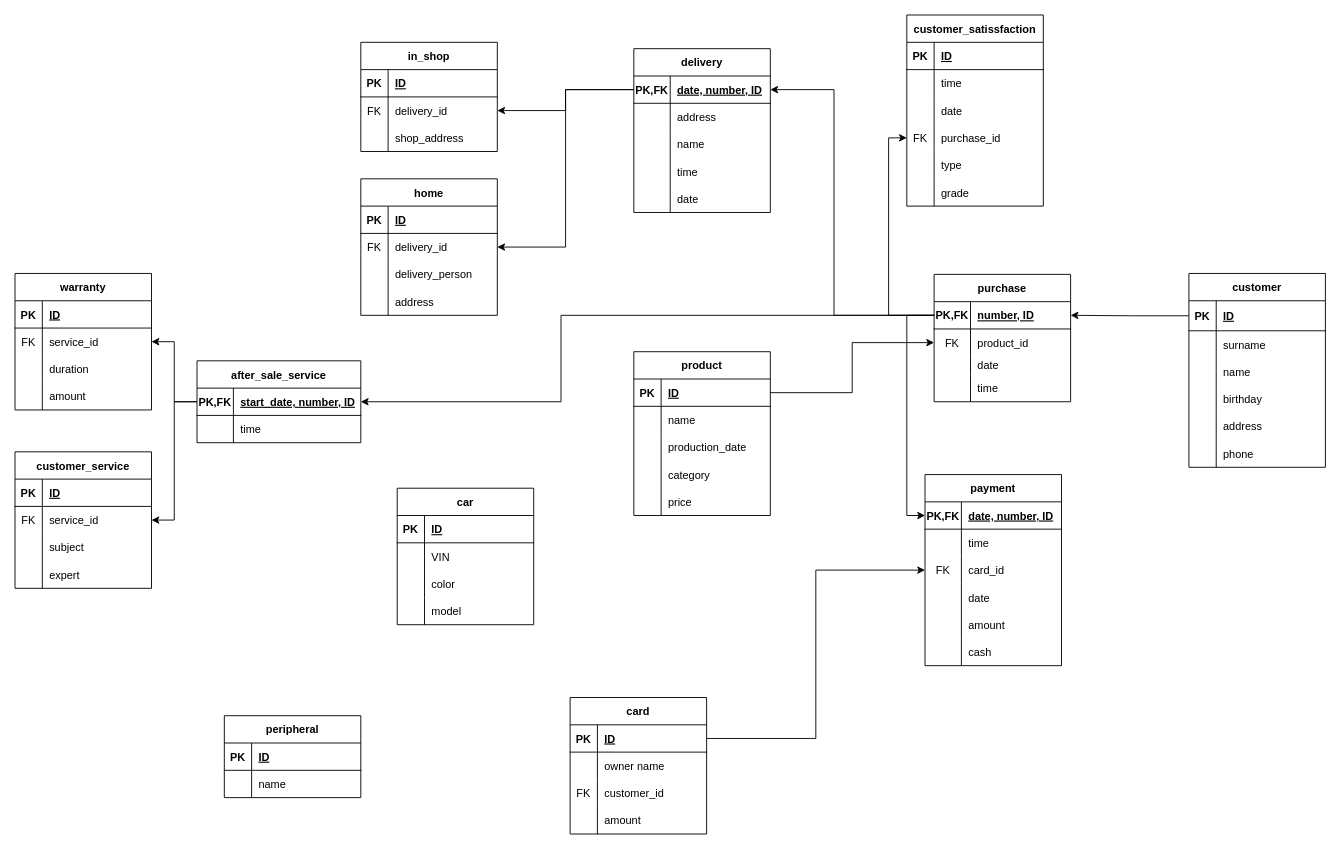
Earlier version of the draw.io diagram car_logical1.drawio (mohsenshahii/database). Source tidied: cells renumbered, new cells numbered last; positions are measured from the earlier drawing's top-left corner, leaving out a move shared by most shapes. Both pictures are drawn from the tidied source at 91%, with x=0, y=0 at pixel (15, 15).
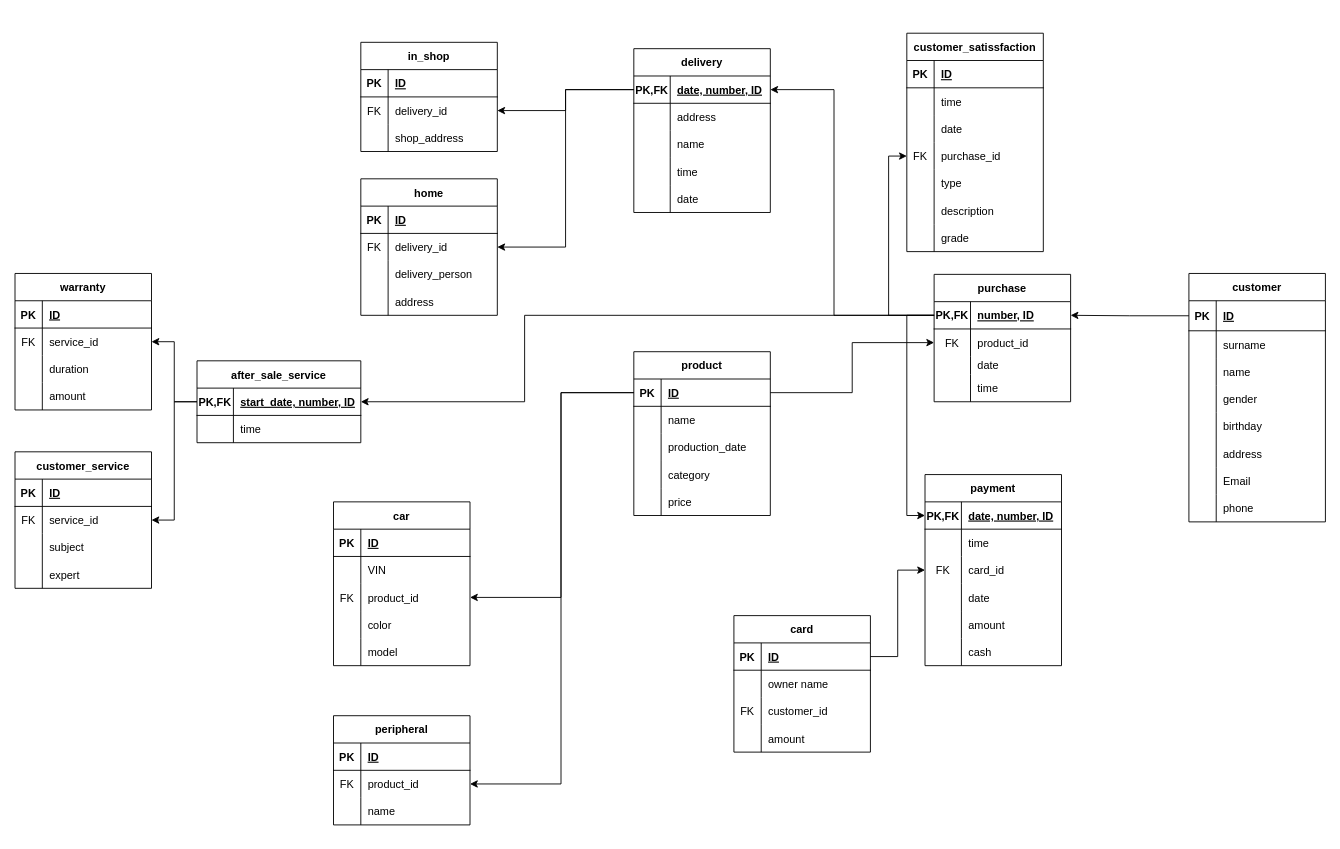
After the change.

Unchanged cells that the change refers to:
```xml
<mxCell id="41" style="shape=tableRow;horizontal=0;startSize=0;swimlaneHead=0;swimlaneBody=0;fillColor=none;points=[[0,0.5],[1,0.5]];portConstraint=eastwest;top=0;left=0;right=0;bottom=1;" parent="40" vertex="1">
  <mxGeometry y="30" width="150" height="30" as="geometry" />
</mxCell>
<mxCell id="132" style="shape=tableRow;horizontal=0;startSize=0;swimlaneHead=0;swimlaneBody=0;fillColor=none;points=[[0,0.5],[1,0.5]];portConstraint=eastwest;top=0;left=0;right=0;bottom=1;" parent="131" vertex="1">
  <mxGeometry y="30" width="180" height="30" as="geometry" />
</mxCell>
<mxCell id="152" style="shape=tableRow;horizontal=0;startSize=0;swimlaneHead=0;swimlaneBody=0;fillColor=none;points=[[0,0.5],[1,0.5]];portConstraint=eastwest;top=0;left=0;right=0;bottom=1;" parent="151" vertex="1">
  <mxGeometry y="30" width="150" height="30" as="geometry" />
</mxCell>
```

The edit, as a diff of the source:
```diff
@@
     <mxCell id="2" value="customer" style="shape=table;startSize=30;childLayout=tableLayout;rowLines=0;fontStyle=1;align=center;arcSize=21;" parent="1" vertex="1">
-      <mxGeometry x="1290" y="284" width="150" height="213" as="geometry" />
+      <mxGeometry x="1290" y="284" width="150" height="273" as="geometry" />
     </mxCell>
@@
+    <mxCell id="204" style="shape=tableRow;horizontal=0;startSize=0;swimlaneHead=0;swimlaneBody=0;fillColor=none;top=0;left=0;right=0;bottom=0;" parent="2" vertex="1">
+      <mxGeometry y="123" width="150" height="30" as="geometry" />
+    </mxCell>
+    <mxCell id="205" style="shape=partialRectangle;fillColor=none;top=0;left=0;bottom=0;right=0;overflow=hidden;" parent="204" vertex="1">
+      <mxGeometry width="30" height="30" as="geometry" />
+    </mxCell>
+    <mxCell id="206" value="gender" style="shape=partialRectangle;fillColor=none;top=0;left=0;bottom=0;right=0;align=left;spacingLeft=6;overflow=hidden;" parent="204" vertex="1">
+      <mxGeometry x="30" width="120" height="30" as="geometry" />
+    </mxCell>
     <mxCell id="12" style="shape=tableRow;horizontal=0;startSize=0;swimlaneHead=0;swimlaneBody=0;fillColor=none;top=0;left=0;right=0;bottom=0;" parent="2" vertex="1">
-      <mxGeometry y="123" width="150" height="30" as="geometry" />
+      <mxGeometry y="153" width="150" height="30" as="geometry" />
     </mxCell>
@@
     <mxCell id="15" style="shape=tableRow;horizontal=0;startSize=0;swimlaneHead=0;swimlaneBody=0;fillColor=none;top=0;left=0;right=0;bottom=0;" parent="2" vertex="1">
-      <mxGeometry y="153" width="150" height="30" as="geometry" />
+      <mxGeometry y="183" width="150" height="30" as="geometry" />
     </mxCell>
@@
+    <mxCell id="207" style="shape=tableRow;horizontal=0;startSize=0;swimlaneHead=0;swimlaneBody=0;fillColor=none;top=0;left=0;right=0;bottom=0;" parent="2" vertex="1">
+      <mxGeometry y="213" width="150" height="30" as="geometry" />
+    </mxCell>
+    <mxCell id="208" style="shape=partialRectangle;fillColor=none;top=0;left=0;bottom=0;right=0;overflow=hidden;" parent="207" vertex="1">
+      <mxGeometry width="30" height="30" as="geometry" />
+    </mxCell>
+    <mxCell id="209" value="Email" style="shape=partialRectangle;fillColor=none;top=0;left=0;bottom=0;right=0;align=left;spacingLeft=6;overflow=hidden;" parent="207" vertex="1">
+      <mxGeometry x="30" width="120" height="30" as="geometry" />
+    </mxCell>
     <mxCell id="18" style="shape=tableRow;horizontal=0;startSize=0;swimlaneHead=0;swimlaneBody=0;fillColor=none;top=0;left=0;right=0;bottom=0;" parent="2" vertex="1">
-      <mxGeometry y="183" width="150" height="30" as="geometry" />
+      <mxGeometry y="243" width="150" height="30" as="geometry" />
     </mxCell>
@@
     <mxCell id="21" value="customer_satissfaction" style="shape=table;startSize=30;childLayout=tableLayout;rowLines=0;fontStyle=1;align=center;" parent="1" vertex="1">
-      <mxGeometry x="980" width="150" height="210" as="geometry" />
+      <mxGeometry x="980" y="20" width="150" height="240" as="geometry" />
     </mxCell>
@@
+    <mxCell id="210" style="shape=tableRow;horizontal=0;startSize=0;swimlaneHead=0;swimlaneBody=0;fillColor=none;top=0;left=0;right=0;bottom=0;" parent="21" vertex="1">
+      <mxGeometry y="180" width="150" height="30" as="geometry" />
+    </mxCell>
+    <mxCell id="211" style="shape=partialRectangle;fillColor=none;top=0;left=0;bottom=0;right=0;overflow=hidden;" parent="210" vertex="1">
+      <mxGeometry width="30" height="30" as="geometry" />
+    </mxCell>
+    <mxCell id="212" value="description" style="shape=partialRectangle;fillColor=none;top=0;left=0;bottom=0;right=0;align=left;spacingLeft=6;overflow=hidden;" parent="210" vertex="1">
+      <mxGeometry x="30" width="120" height="30" as="geometry" />
+    </mxCell>
     <mxCell id="37" style="shape=tableRow;horizontal=0;startSize=0;swimlaneHead=0;swimlaneBody=0;fillColor=none;top=0;left=0;right=0;bottom=0;" parent="21" vertex="1">
-      <mxGeometry y="180" width="150" height="30" as="geometry" />
+      <mxGeometry y="210" width="150" height="30" as="geometry" />
     </mxCell>
@@
     <mxCell id="72" value="card" style="shape=table;startSize=30;childLayout=tableLayout;rowLines=0;fontStyle=1;align=center;" parent="1" vertex="1">
-      <mxGeometry x="610" y="750" width="150" height="150" as="geometry" />
+      <mxGeometry x="790" y="660" width="150" height="150" as="geometry" />
     </mxCell>
@@
     <mxCell id="124" value="peripheral" style="shape=table;startSize=30;childLayout=tableLayout;rowLines=0;fontStyle=1;align=center;" parent="1" vertex="1">
-      <mxGeometry x="230" y="770" width="150" height="90" as="geometry" />
+      <mxGeometry x="350" y="770" width="150" height="120" as="geometry" />
     </mxCell>
@@
+    <mxCell id="213" style="shape=tableRow;horizontal=0;startSize=0;swimlaneHead=0;swimlaneBody=0;fillColor=none;points=[[0,0.5],[1,0.5]];portConstraint=eastwest;top=0;left=0;right=0;bottom=0;" parent="124" vertex="1">
+      <mxGeometry y="60" width="150" height="30" as="geometry" />
+    </mxCell>
+    <mxCell id="214" value="FK" style="shape=partialRectangle;fillColor=none;top=0;left=0;bottom=0;right=0;fontStyle=0;overflow=hidden;" parent="213" vertex="1">
+      <mxGeometry width="30" height="30" as="geometry" />
+    </mxCell>
+    <mxCell id="215" value="product_id" style="shape=partialRectangle;fillColor=none;top=0;left=0;bottom=0;right=0;align=left;spacingLeft=6;fontStyle=0;overflow=hidden;" parent="213" vertex="1">
+      <mxGeometry x="30" width="120" height="30" as="geometry" />
+    </mxCell>
     <mxCell id="128" style="shape=tableRow;horizontal=0;startSize=0;swimlaneHead=0;swimlaneBody=0;fillColor=none;top=0;left=0;right=0;bottom=0;" parent="124" vertex="1">
-      <mxGeometry y="60" width="150" height="30" as="geometry" />
+      <mxGeometry y="90" width="150" height="30" as="geometry" />
     </mxCell>
@@
     <mxCell id="167" value="car" style="shape=table;startSize=30;childLayout=tableLayout;rowLines=0;fontStyle=1;align=center;" parent="1" vertex="1">
-      <mxGeometry x="420" y="520" width="150" height="150" as="geometry" />
+      <mxGeometry x="350" y="535" width="150" height="180" as="geometry" />
     </mxCell>
@@
+    <mxCell id="216" style="shape=tableRow;horizontal=0;startSize=0;swimlaneHead=0;swimlaneBody=0;fillColor=none;points=[[0,0.5],[1,0.5]];portConstraint=eastwest;top=0;left=0;right=0;bottom=0;" parent="167" vertex="1">
+      <mxGeometry y="90" width="150" height="30" as="geometry" />
+    </mxCell>
+    <mxCell id="217" value="FK" style="shape=partialRectangle;fillColor=none;top=0;left=0;bottom=0;right=0;fontStyle=0;overflow=hidden;" parent="216" vertex="1">
+      <mxGeometry width="30" height="30" as="geometry" />
+    </mxCell>
+    <mxCell id="218" value="product_id" style="shape=partialRectangle;fillColor=none;top=0;left=0;bottom=0;right=0;align=left;spacingLeft=6;fontStyle=0;overflow=hidden;" parent="216" vertex="1">
+      <mxGeometry x="30" width="120" height="30" as="geometry" />
+    </mxCell>
     <mxCell id="174" style="shape=tableRow;horizontal=0;startSize=0;swimlaneHead=0;swimlaneBody=0;fillColor=none;top=0;left=0;right=0;bottom=0;" parent="167" vertex="1">
-      <mxGeometry y="90" width="150" height="30" as="geometry" />
+      <mxGeometry y="120" width="150" height="30" as="geometry" />
     </mxCell>
@@
     <mxCell id="177" style="shape=tableRow;horizontal=0;startSize=0;swimlaneHead=0;swimlaneBody=0;fillColor=none;top=0;left=0;right=0;bottom=0;" parent="167" vertex="1">
-      <mxGeometry y="120" width="150" height="30" as="geometry" />
+      <mxGeometry y="150" width="150" height="30" as="geometry" />
     </mxCell>
@@
     <mxCell id="197" style="edgeStyle=orthogonalEdgeStyle;rounded=0;jettySize=auto;html=1;exitX=0;exitY=0.5;exitDx=0;exitDy=0;entryX=1;entryY=0.5;entryDx=0;entryDy=0;" parent="1" edge="1" source="41" target="132">
       <mxGeometry relative="1" as="geometry">
         <Array as="points">
-          <mxPoint x="600" y="330" />
+          <mxPoint x="560" y="330" />
+          <mxPoint x="560" y="425" />
         </Array>
       </mxGeometry>
     </mxCell>
@@
+    <mxCell id="219" style="edgeStyle=orthogonalEdgeStyle;rounded=0;jettySize=auto;html=1;exitX=0;exitY=0.5;exitDx=0;exitDy=0;entryX=1;entryY=0.5;entryDx=0;entryDy=0;" parent="1" edge="1" source="152" target="216">
+      <mxGeometry relative="1" as="geometry">
+        <Array as="points">
+          <mxPoint x="600" y="415" />
+          <mxPoint x="600" y="640" />
+        </Array>
+      </mxGeometry>
+    </mxCell>
+    <mxCell id="220" style="edgeStyle=orthogonalEdgeStyle;rounded=0;jettySize=auto;html=1;exitX=0;exitY=0.5;exitDx=0;exitDy=0;entryX=1;entryY=0.5;entryDx=0;entryDy=0;" parent="1" edge="1" source="152" target="213">
+      <mxGeometry relative="1" as="geometry">
+        <Array as="points">
+          <mxPoint x="600" y="415" />
+          <mxPoint x="600" y="845" />
+        </Array>
+      </mxGeometry>
+    </mxCell>
```
